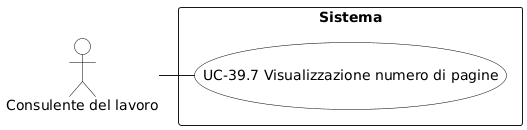
This is RTB/Analisi dei Requisiti/diagrammi_use_case/UC-39.7.png from aLittleByte-19/Documentazione, a PlantUML export, as it was before one commit. Source of this version:
```plantuml
@startuml
skinparam backgroundColor white
skinparam actor {
  BackgroundColor white
  BorderColor black
  FontColor black
}
skinparam usecase {
  BackgroundColor white
  BorderColor black
  FontColor black
}
actor "Consulente del lavoro" as C

rectangle "Sistema" {
  (UC-39.7 Visualizzazione numero di pagine) as UC397
}

C - UC397
@enduml
```
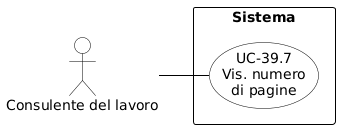
After the change.

Diff of the diagram source:
```diff
@@ -1,20 +1,29 @@
 @startuml
-skinparam backgroundColor white
+skinparam shadowing false
+skinparam defaultFontName Arial
+left to right direction
+skinparam nodesep 15
+skinparam ranksep 50
+
+skinparam usecase {
+    BackgroundColor white
+    BorderColor black
+    ArrowColor black
+}
 skinparam actor {
-  BackgroundColor white
-  BorderColor black
-  FontColor black
+    BackgroundColor white
+    BorderColor black
 }
-skinparam usecase {
-  BackgroundColor white
-  BorderColor black
-  FontColor black
+skinparam rectangle {
+    BorderColor black
+    FontStyle bold
 }
-actor "Consulente del lavoro" as C
+
+actor "Consulente del lavoro" as CL
 
 rectangle "Sistema" {
-  (UC-39.7 Visualizzazione numero di pagine) as UC397
+    usecase "UC-39.7\nVis. numero\ndi pagine" as UC39_7
 }
 
-C - UC397
+CL -- UC39_7
 @enduml
```
